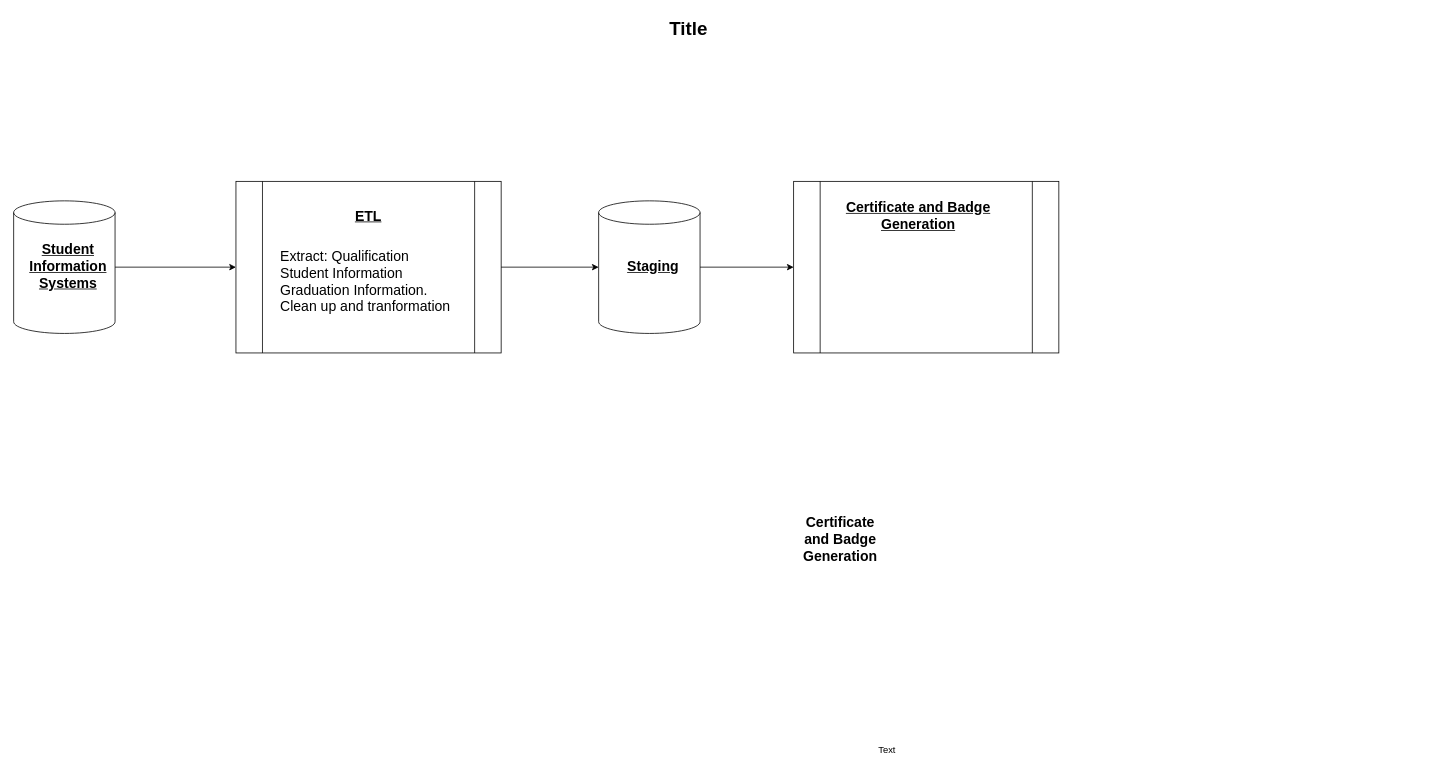
Above: Untitled Diagram.drawio in SifisoMzansi/architecture-diagrams (draw.io), before the change. Source tidied: cells renumbered, new cells numbered last; positions are measured from the earlier drawing's top-left corner, leaving out a move shared by most shapes. Both pictures are drawn from the tidied source at 78%, with x=0, y=0 at pixel (13, 13).
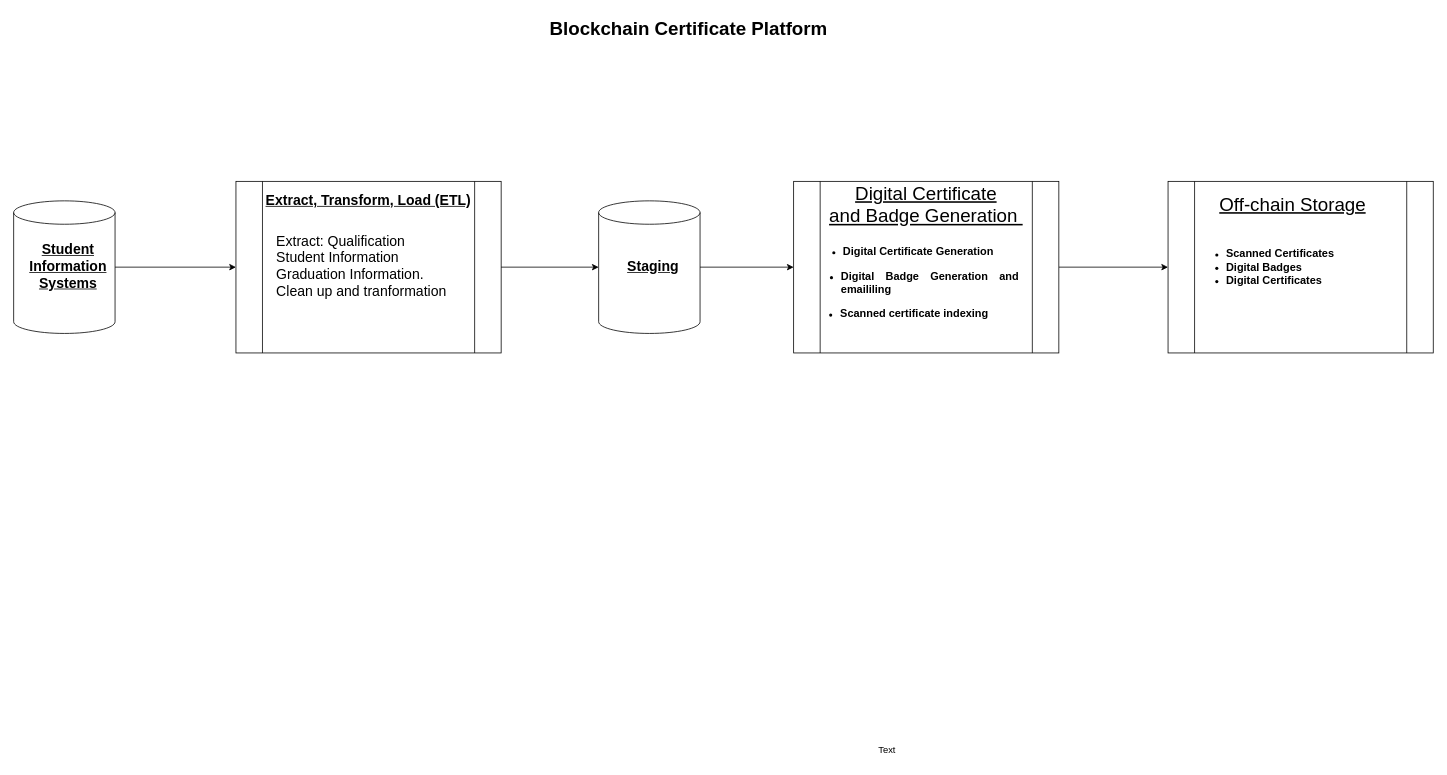
Above is the later version.

Unchanged cells that the change refers to:
```xml
<mxCell id="15" style="shape=process;whiteSpace=wrap;html=1;backgroundOutline=1;" parent="1" vertex="1">
  <mxGeometry x="1000" y="215" width="340" height="220" as="geometry" />
</mxCell>
```

Diff of the diagram source:
```diff
@@
-    <mxCell id="2" value="Title" style="text;strokeColor=none;fillColor=none;html=1;fontSize=24;fontStyle=1;verticalAlign=middle;align=center;" parent="1" vertex="1">
+    <mxCell id="2" value="Blockchain Certificate Platform" style="text;strokeColor=none;fillColor=none;html=1;fontSize=24;fontStyle=1;verticalAlign=middle;align=center;" parent="1" vertex="1">
       <mxGeometry x="70" width="1590" height="40" as="geometry" />
     </mxCell>
@@
-    <mxCell id="7" value="&lt;font style=&quot;font-size: 18px;&quot;&gt;&lt;b&gt;&lt;u&gt;ETL&lt;/u&gt;&lt;/b&gt;&lt;/font&gt;" style="text;html=1;align=center;verticalAlign=middle;whiteSpace=wrap;rounded=0;" parent="1" vertex="1">
-      <mxGeometry x="330" y="240" width="250" height="40" as="geometry" />
+    <mxCell id="7" value="&lt;font style=&quot;font-size: 18px;&quot;&gt;&lt;b&gt;&lt;u&gt;Extract, Transform, Load (ETL)&lt;/u&gt;&lt;/b&gt;&lt;/font&gt;" style="text;html=1;align=center;verticalAlign=middle;whiteSpace=wrap;rounded=0;" parent="1" vertex="1">
+      <mxGeometry x="285" y="220" width="340" height="40" as="geometry" />
     </mxCell>
     <mxCell id="8" value="&lt;div style=&quot;text-align: justify;&quot;&gt;&lt;span style=&quot;font-size: 18px; background-color: initial;&quot;&gt;Extract: Qualification&amp;nbsp;&lt;/span&gt;&lt;/div&gt;&lt;div style=&quot;text-align: justify;&quot;&gt;&lt;span style=&quot;font-size: 18px; background-color: initial;&quot;&gt;Student Information&lt;/span&gt;&lt;/div&gt;&lt;div style=&quot;text-align: justify;&quot;&gt;&lt;span style=&quot;font-size: 18px; background-color: initial;&quot;&gt;Graduation Information.&amp;nbsp;&lt;/span&gt;&lt;/div&gt;&lt;div style=&quot;text-align: justify;&quot;&gt;&lt;span style=&quot;font-size: 18px; background-color: initial;&quot;&gt;Clean up and tranformation&lt;/span&gt;&lt;/div&gt;&lt;div style=&quot;text-align: justify;&quot;&gt;&lt;span style=&quot;font-size: 18px; background-color: initial;&quot;&gt;&lt;span style=&quot;white-space: pre;&quot;&gt;&#9;&lt;/span&gt;&lt;/span&gt;&lt;/div&gt;" style="text;html=1;align=left;verticalAlign=middle;whiteSpace=wrap;rounded=0;" parent="1" vertex="1">
-      <mxGeometry x="340" y="300" width="240" height="110" as="geometry" />
+      <mxGeometry x="335" y="280" width="240" height="110" as="geometry" />
     </mxCell>
-    <mxCell id="9" value="&lt;font style=&quot;font-size: 18px;&quot;&gt;&lt;b&gt;Certificate and Badge Generation&lt;/b&gt;&lt;/font&gt;" style="text;html=1;align=center;verticalAlign=middle;whiteSpace=wrap;rounded=0;" parent="1" vertex="1">
-      <mxGeometry x="1000" y="640" width="120" height="70" as="geometry" />
-    </mxCell>
@@
+    <mxCell id="17" style="edgeStyle=orthogonalEdgeStyle;rounded=0;jettySize=auto;html=1;entryX=0;entryY=0.5;entryDx=0;entryDy=0;" parent="1" edge="1" source="15" target="21">
+      <mxGeometry relative="1" as="geometry" />
+    </mxCell>
@@
-    <mxCell id="16" value="&lt;font style=&quot;font-size: 18px;&quot;&gt;&lt;b&gt;&lt;u&gt;Certificate and Badge Generation&lt;/u&gt;&lt;/b&gt;&lt;/font&gt;" style="text;html=1;align=center;verticalAlign=middle;whiteSpace=wrap;rounded=0;" parent="1" vertex="1">
-      <mxGeometry x="1040" y="245" width="240" height="30" as="geometry" />
+    <mxCell id="16" value="&lt;font style=&quot;font-size: 24px;&quot;&gt;&lt;u style=&quot;&quot;&gt;Digital Certificate and&amp;nbsp;Badge Generation&amp;nbsp;&lt;/u&gt;&lt;/font&gt;" style="text;html=1;align=center;verticalAlign=middle;whiteSpace=wrap;rounded=0;" parent="1" vertex="1">
+      <mxGeometry x="1040" y="230" width="260" height="30" as="geometry" />
     </mxCell>
+    <mxCell id="18" value="&lt;ul&gt;&lt;li&gt;&lt;b&gt;&lt;font style=&quot;font-size: 14px;&quot;&gt;Digital Certificate Generation&lt;/font&gt;&lt;/b&gt;&lt;/li&gt;&lt;/ul&gt;" style="text;html=1;align=center;verticalAlign=middle;whiteSpace=wrap;rounded=0;" parent="1" vertex="1">
+      <mxGeometry x="1010" y="290" width="260" height="30" as="geometry" />
+    </mxCell>
+    <mxCell id="19" value="&lt;ul&gt;&lt;li style=&quot;text-align: justify;&quot;&gt;&lt;b&gt;&lt;font style=&quot;font-size: 14px;&quot;&gt;Digital Badge Generation and emaililing&amp;nbsp;&lt;/font&gt;&lt;/b&gt;&lt;/li&gt;&lt;/ul&gt;" style="text;html=1;align=center;verticalAlign=middle;whiteSpace=wrap;rounded=0;" parent="1" vertex="1">
+      <mxGeometry x="1020" y="330" width="270" height="30" as="geometry" />
+    </mxCell>
+    <mxCell id="20" value="&lt;div style=&quot;text-align: justify;&quot;&gt;&lt;ul&gt;&lt;li&gt;&lt;b style=&quot;background-color: initial;&quot;&gt;&lt;font style=&quot;font-size: 14px;&quot;&gt;Scanned certificate indexing&lt;/font&gt;&lt;/b&gt;&lt;/li&gt;&lt;/ul&gt;&lt;/div&gt;" style="text;html=1;align=center;verticalAlign=middle;whiteSpace=wrap;rounded=0;" parent="1" vertex="1">
+      <mxGeometry x="1000" y="370" width="270" height="30" as="geometry" />
+    </mxCell>
+    <mxCell id="21" style="shape=process;whiteSpace=wrap;html=1;backgroundOutline=1;" parent="1" vertex="1">
+      <mxGeometry x="1480" y="215" width="340" height="220" as="geometry" />
+    </mxCell>
+    <mxCell id="22" value="&lt;font style=&quot;font-size: 24px;&quot;&gt;&lt;u style=&quot;&quot;&gt;Off-chain Storage&lt;/u&gt;&lt;/font&gt;" style="text;html=1;align=center;verticalAlign=middle;whiteSpace=wrap;rounded=0;" parent="1" vertex="1">
+      <mxGeometry x="1520" y="230" width="240" height="30" as="geometry" />
+    </mxCell>
+    <mxCell id="23" value="&lt;ul&gt;&lt;li style=&quot;text-align: justify;&quot;&gt;&lt;b&gt;&lt;font style=&quot;font-size: 14px;&quot;&gt;Scanned Certificates&lt;/font&gt;&lt;/b&gt;&lt;/li&gt;&lt;li style=&quot;text-align: justify;&quot;&gt;&lt;b&gt;&lt;font style=&quot;font-size: 14px;&quot;&gt;Digital Badges&lt;/font&gt;&lt;/b&gt;&lt;/li&gt;&lt;li style=&quot;text-align: justify;&quot;&gt;&lt;b&gt;&lt;font style=&quot;font-size: 14px;&quot;&gt;Digital Certificates&lt;/font&gt;&lt;/b&gt;&lt;/li&gt;&lt;/ul&gt;" style="text;html=1;align=center;verticalAlign=middle;whiteSpace=wrap;rounded=0;" parent="1" vertex="1">
+      <mxGeometry x="1464" y="280" width="280" height="90" as="geometry" />
+    </mxCell>
```
